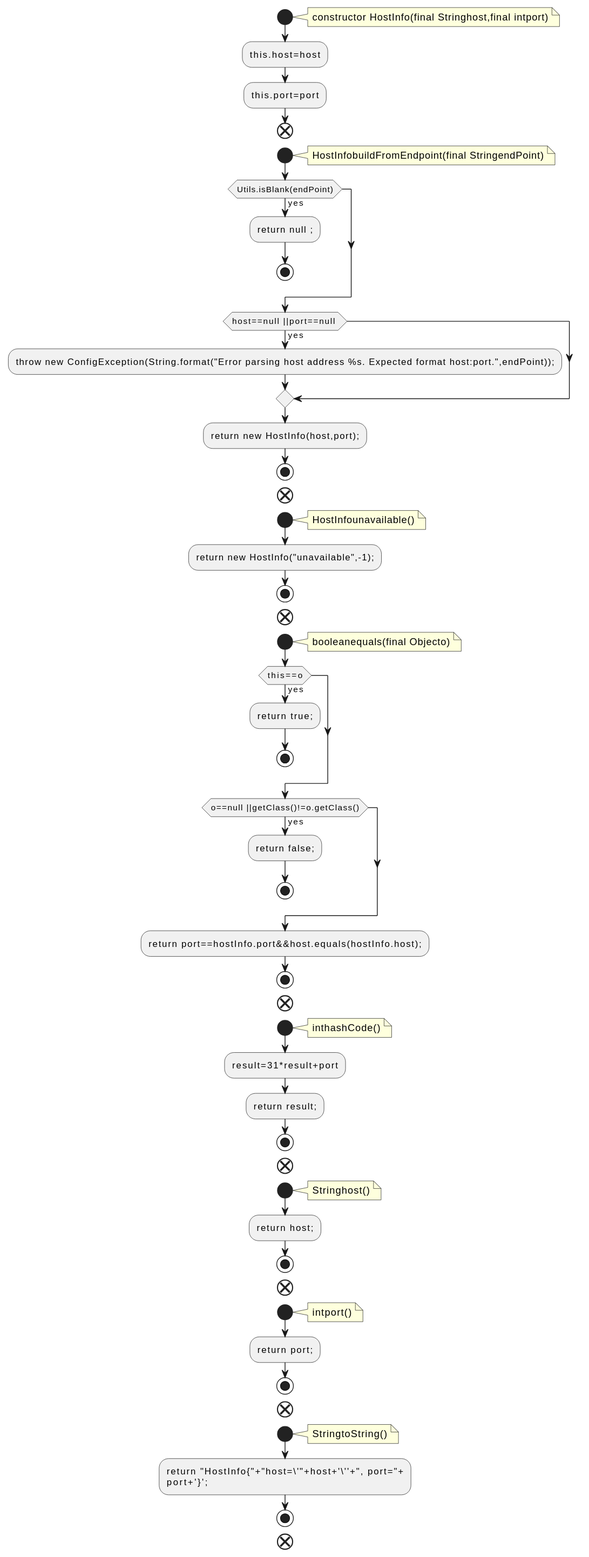
Above: docs/qc/streams/src/main/java/org/apache/kafka/streams/state/HostInfo.java.fct.svg in qualitesys/kafka (PlantUML), before the change.
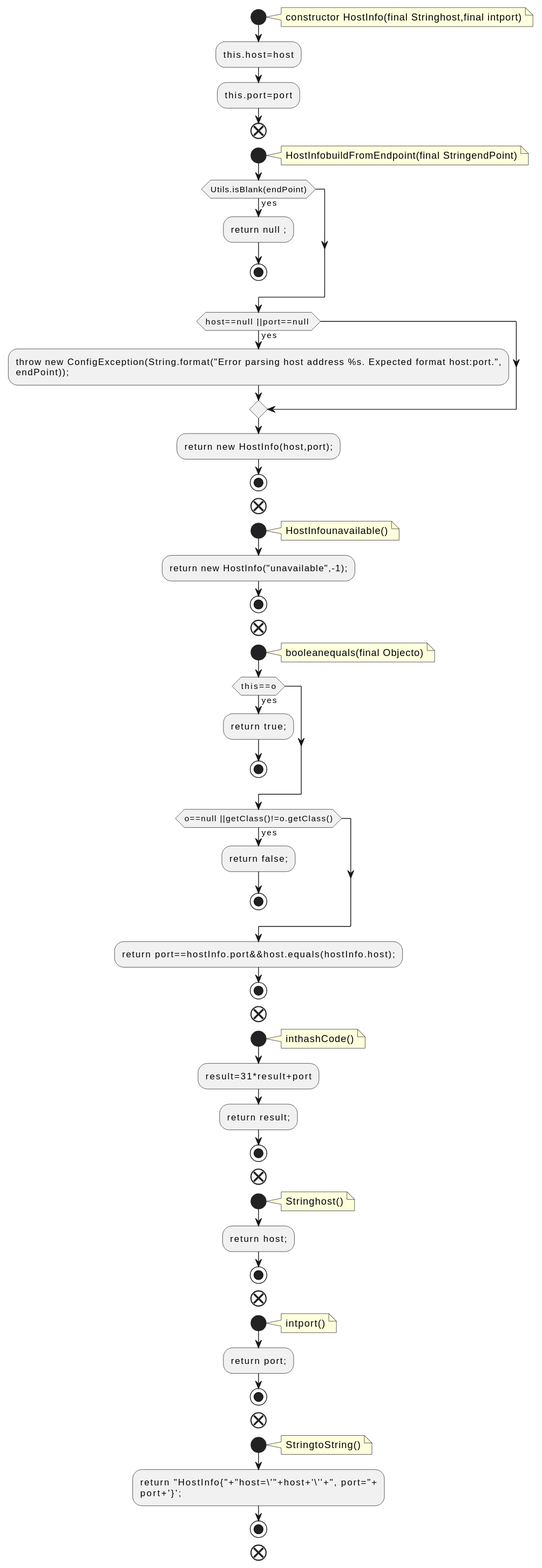
The same diagram one commit later.

Diff of the diagram source:
```diff
@@ -16,7 +16,8 @@
 stop
 endif
 if (host==null ||port==null ) then (yes)
-:throw new ConfigException(String.format("Error parsing host address %s. Expected format host:port.",endPoint));;
+:throw new ConfigException(String.format("Error parsing host address %s. Expected format host:port.",
+endPoint));;
 endif
 :return new HostInfo(host,port);;
 stop
```
